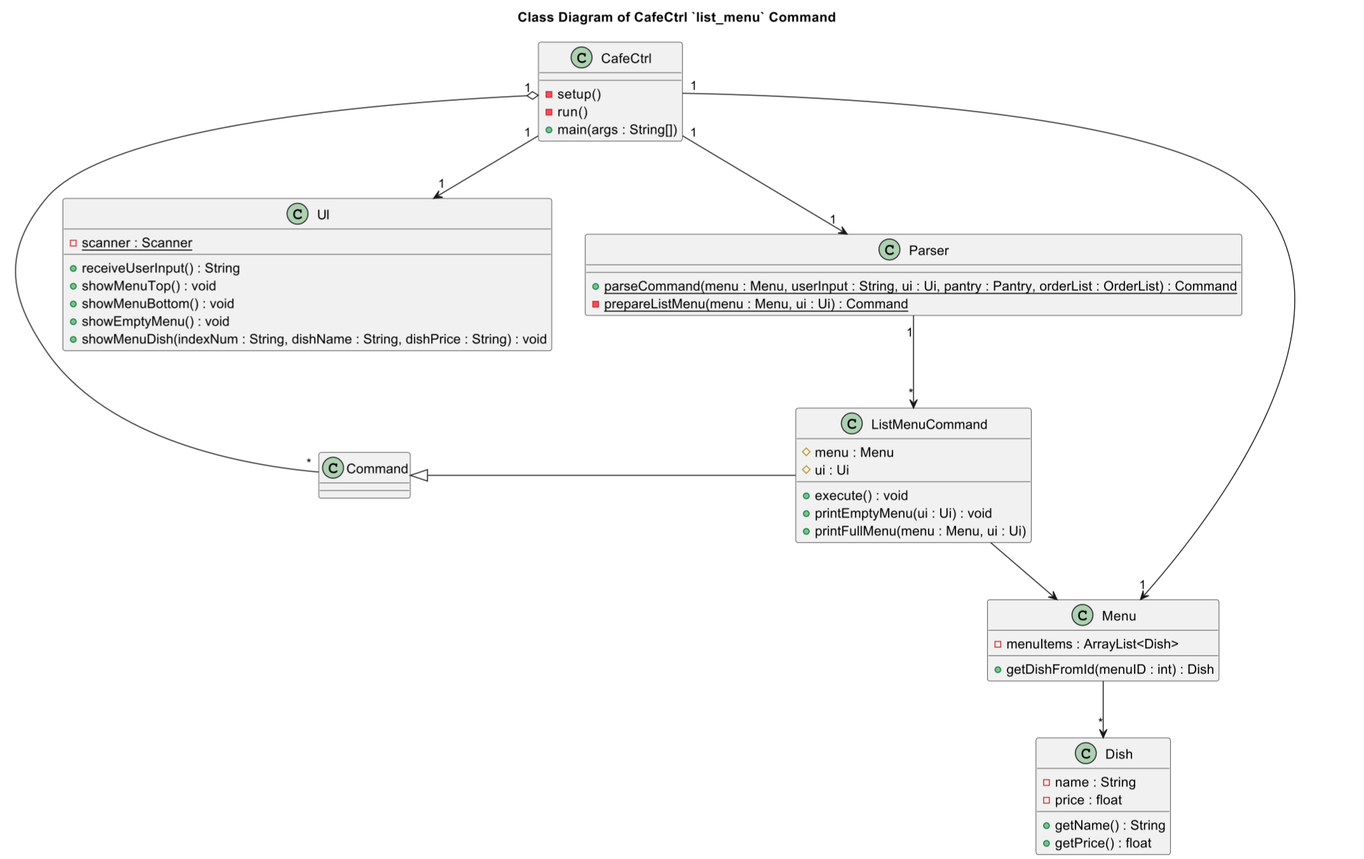
Before: docs/images/class/ListMenuCommandClass.png, a diagram exported from PlantUML (nus-cs2113-AY2324S1/tp). Its source is kept beside it as docs/diagrams/class/ListMenuCommandClass.puml. Source of this version:
```plantuml
@startuml


title Class Diagram of CafeCtrl `list_menu` Command

CafeCtrl "1" --> "1" UI
CafeCtrl "1" --> "1" Parser
CafeCtrl "1" --> "1" Menu

CafeCtrl "1" o-- "*" Command
Command <|- ListMenuCommand
Parser "1" --> "*" ListMenuCommand
ListMenuCommand --> Menu
Menu --> "*" Dish

class CafeCtrl {
- setup()
- run()
+ main(args : String[])
}

class Command {

}

class UI {
{static} - scanner : Scanner
+ receiveUserInput() : String
+ showMenuTop() : void
+ showMenuBottom() : void
+ showEmptyMenu() : void
+ showMenuDish(indexNum : String, dishName : String, dishPrice : String) : void
}

class ListMenuCommand {
# menu : Menu
# ui : Ui
+ execute() : void
+ printEmptyMenu(ui : Ui) : void
+ printFullMenu(menu : Menu, ui : Ui)
}

class Parser {
{static} + parseCommand(menu : Menu, userInput : String, ui : Ui, pantry : Pantry, orderList : OrderList) : Command
{static} - prepareListMenu(menu : Menu, ui : Ui) : Command
}

class Menu {
- menuItems : ArrayList<Dish>
+ getDishFromId(menuID : int) : Dish
}

class Dish {
- name : String
- price : float
+ getName() : String
+ getPrice() : float
}
@enduml
```
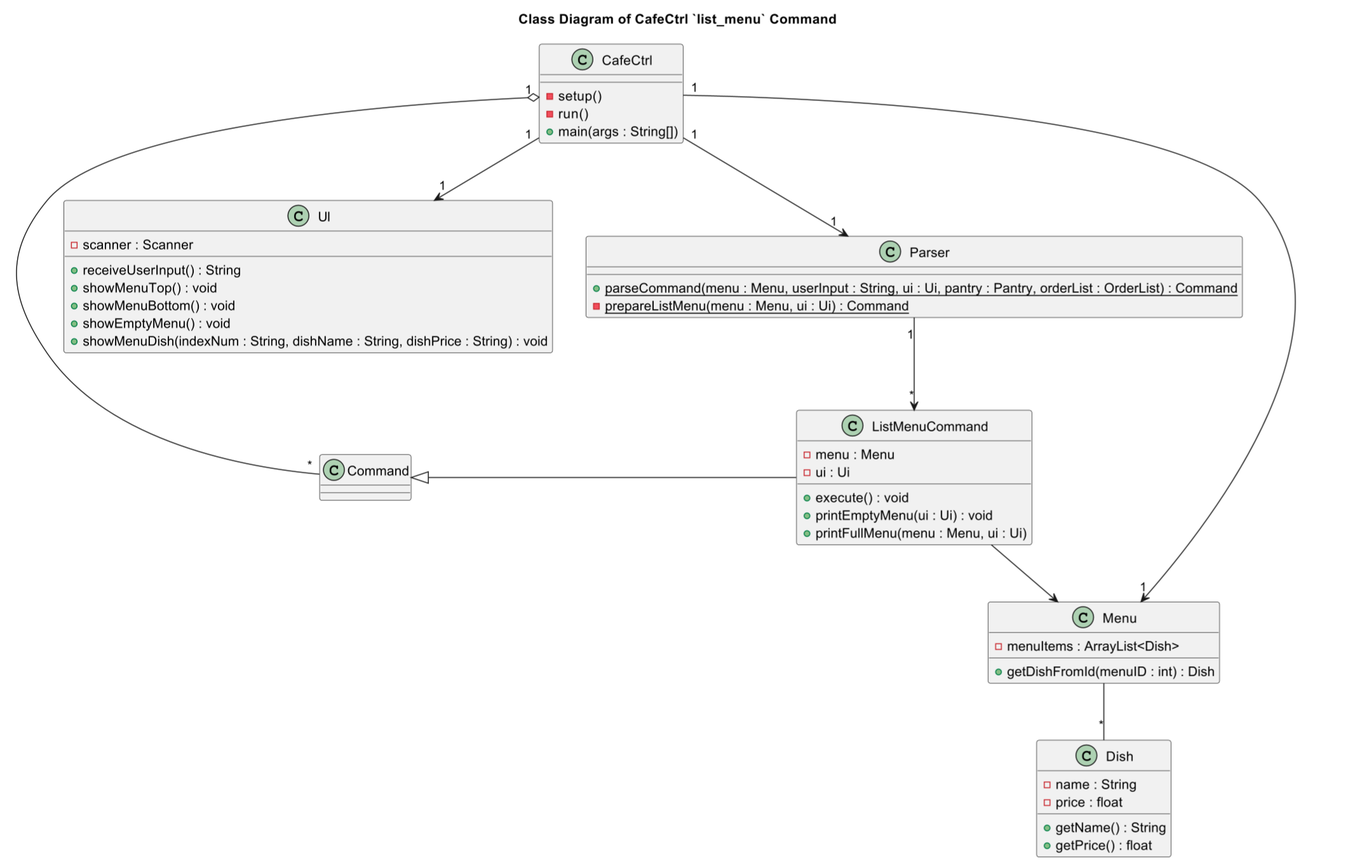
After the commit.

What changed in the source:
```diff
@@ -11,7 +11,7 @@
 Command <|- ListMenuCommand
 Parser "1" --> "*" ListMenuCommand
 ListMenuCommand --> Menu
-Menu --> "*" Dish
+Menu -- "*" Dish
 
 class CafeCtrl {
 - setup()
@@ -24,7 +24,7 @@
 }
 
 class UI {
-{static} - scanner : Scanner
+- scanner : Scanner
 + receiveUserInput() : String
 + showMenuTop() : void
 + showMenuBottom() : void
@@ -33,8 +33,8 @@
 }
 
 class ListMenuCommand {
-# menu : Menu
-# ui : Ui
+- menu : Menu
+- ui : Ui
 + execute() : void
 + printEmptyMenu(ui : Ui) : void
 + printFullMenu(menu : Menu, ui : Ui)
```
